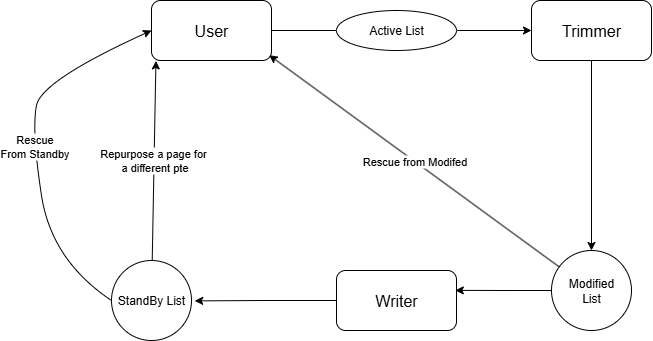
Before: images/figure1.png, a diagram exported from draw.io (npersily3/vm). Source tidied: cells renumbered, new cells last; positions are measured from the earlier drawing's top-left corner, leaving out a move shared by most shapes. The source it was exported from:
```xml
<mxGraphModel>
  <root>
    <mxCell id="0" />
    <mxCell id="1" parent="0" />
    <mxCell id="2" style="edgeStyle=orthogonalEdgeStyle;rounded=0;jettySize=auto;html=1;exitX=1;exitY=0.5;exitDx=0;exitDy=0;entryX=0;entryY=0.5;entryDx=0;entryDy=0;" parent="1" edge="1" source="3" target="5">
      <mxGeometry relative="1" as="geometry" />
    </mxCell>
    <mxCell id="3" value="&lt;font style=&quot;font-size: 16px;&quot;&gt;User&lt;/font&gt;" style="rounded=1;whiteSpace=wrap;html=1;" parent="1" vertex="1">
      <mxGeometry x="120" width="120" height="60" as="geometry" />
    </mxCell>
    <mxCell id="4" style="edgeStyle=orthogonalEdgeStyle;rounded=0;jettySize=auto;html=1;" parent="1" edge="1" source="5" target="8">
      <mxGeometry relative="1" as="geometry" />
    </mxCell>
    <mxCell id="5" value="&lt;font style=&quot;font-size: 16px;&quot;&gt;Trimmer&lt;/font&gt;" style="rounded=1;whiteSpace=wrap;html=1;" parent="1" vertex="1">
      <mxGeometry x="500" width="120" height="60" as="geometry" />
    </mxCell>
    <mxCell id="6" value="&lt;font style=&quot;font-size: 16px;&quot;&gt;Writer&lt;/font&gt;" style="rounded=1;whiteSpace=wrap;html=1;" parent="1" vertex="1">
      <mxGeometry x="305" y="270" width="120" height="60" as="geometry" />
    </mxCell>
    <mxCell id="7" value="Active List" style="ellipse;whiteSpace=wrap;html=1;" parent="1" vertex="1">
      <mxGeometry x="305" y="10" width="120" height="40" as="geometry" />
    </mxCell>
    <mxCell id="8" value="Modified&lt;div&gt;List&lt;/div&gt;" style="ellipse;whiteSpace=wrap;html=1;" parent="1" vertex="1">
      <mxGeometry x="520" y="250" width="80" height="80" as="geometry" />
    </mxCell>
    <mxCell id="9" style="endArrow=classic;html=1;rounded=0;entryX=0.981;entryY=0.911;entryDx=0;entryDy=0;entryPerimeter=0;" parent="1" edge="1" source="8" target="3">
      <mxGeometry relative="1" as="geometry" />
    </mxCell>
    <mxCell id="10" value="Rescue from Modifed" style="edgeLabel;html=1;align=center;verticalAlign=middle;" parent="9" vertex="1">
      <mxGeometry relative="1" as="geometry" />
    </mxCell>
    <mxCell id="11" style="edgeStyle=orthogonalEdgeStyle;rounded=0;jettySize=auto;html=1;exitX=0;exitY=0.5;exitDx=0;exitDy=0;entryX=0.99;entryY=0.331;entryDx=0;entryDy=0;entryPerimeter=0;" parent="1" edge="1" source="8" target="6">
      <mxGeometry relative="1" as="geometry" />
    </mxCell>
    <mxCell id="12" value="StandBy List" style="ellipse;whiteSpace=wrap;html=1;" parent="1" vertex="1">
      <mxGeometry x="80" y="260" width="80" height="80" as="geometry" />
    </mxCell>
    <mxCell id="13" style="edgeStyle=orthogonalEdgeStyle;rounded=0;jettySize=auto;html=1;entryX=1.04;entryY=0.505;entryDx=0;entryDy=0;entryPerimeter=0;" parent="1" edge="1" source="6" target="12">
      <mxGeometry relative="1" as="geometry" />
    </mxCell>
    <mxCell id="14" style="endArrow=classic;html=1;rounded=0;entryX=0.037;entryY=1.007;entryDx=0;entryDy=0;entryPerimeter=0;" parent="1" edge="1" source="12" target="3">
      <mxGeometry relative="1" as="geometry" />
    </mxCell>
    <mxCell id="15" value="Repurpose a page for&amp;nbsp;&lt;div&gt;a different pte&lt;/div&gt;" style="edgeLabel;html=1;align=center;verticalAlign=middle;" parent="14" vertex="1">
      <mxGeometry relative="1" as="geometry" />
    </mxCell>
    <mxCell id="16" style="endArrow=classic;html=1;rounded=0;curved=1;entryX=0;entryY=0.5;entryDx=0;entryDy=0;exitX=0;exitY=0.5;exitDx=0;exitDy=0;" parent="1" edge="1" source="12" target="3">
      <mxGeometry relative="1" as="geometry">
        <Array as="points">
          <mxPoint x="20" y="260" />
          <mxPoint y="130" />
          <mxPoint x="10" y="80" />
        </Array>
      </mxGeometry>
    </mxCell>
    <mxCell id="17" value="Rescue&lt;div&gt;From Standby&lt;/div&gt;" style="edgeLabel;html=1;align=center;verticalAlign=middle;" parent="16" vertex="1">
      <mxGeometry relative="1" as="geometry" />
    </mxCell>
  </root>
</mxGraphModel>
```
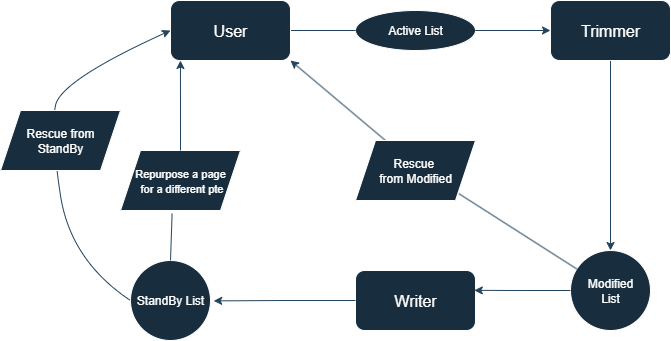
Above is the later version.

Change to the diagram source:
```diff
@@ -2,49 +2,37 @@
   <root>
     <mxCell id="0" />
     <mxCell id="1" parent="0" />
-    <mxCell id="2" style="edgeStyle=orthogonalEdgeStyle;rounded=0;jettySize=auto;html=1;exitX=1;exitY=0.5;exitDx=0;exitDy=0;entryX=0;entryY=0.5;entryDx=0;entryDy=0;" parent="1" edge="1" source="3" target="5">
+    <mxCell id="2" style="edgeStyle=orthogonalEdgeStyle;rounded=0;jettySize=auto;html=1;exitX=1;exitY=0.5;exitDx=0;exitDy=0;entryX=0;entryY=0.5;entryDx=0;entryDy=0;labelBackgroundColor=none;strokeColor=#23445D;fontColor=default;" parent="1" edge="1" source="3" target="5">
       <mxGeometry relative="1" as="geometry" />
     </mxCell>
-    <mxCell id="3" value="&lt;font style=&quot;font-size: 16px;&quot;&gt;User&lt;/font&gt;" style="rounded=1;whiteSpace=wrap;html=1;" parent="1" vertex="1">
+    <mxCell id="3" value="&lt;font style=&quot;font-size: 16px;&quot;&gt;User&lt;/font&gt;" style="rounded=1;whiteSpace=wrap;html=1;labelBackgroundColor=none;fillColor=#182E3E;strokeColor=#FFFFFF;fontColor=#FFFFFF;" parent="1" vertex="1">
       <mxGeometry x="120" width="120" height="60" as="geometry" />
     </mxCell>
-    <mxCell id="4" style="edgeStyle=orthogonalEdgeStyle;rounded=0;jettySize=auto;html=1;" parent="1" edge="1" source="5" target="8">
+    <mxCell id="4" style="edgeStyle=orthogonalEdgeStyle;rounded=0;jettySize=auto;html=1;labelBackgroundColor=none;strokeColor=#23445D;fontColor=default;" parent="1" edge="1" source="5" target="8">
       <mxGeometry relative="1" as="geometry" />
     </mxCell>
-    <mxCell id="5" value="&lt;font style=&quot;font-size: 16px;&quot;&gt;Trimmer&lt;/font&gt;" style="rounded=1;whiteSpace=wrap;html=1;" parent="1" vertex="1">
+    <mxCell id="5" value="&lt;font style=&quot;font-size: 16px;&quot;&gt;Trimmer&lt;/font&gt;" style="rounded=1;whiteSpace=wrap;html=1;labelBackgroundColor=none;fillColor=#182E3E;strokeColor=#FFFFFF;fontColor=#FFFFFF;" parent="1" vertex="1">
       <mxGeometry x="500" width="120" height="60" as="geometry" />
     </mxCell>
-    <mxCell id="6" value="&lt;font style=&quot;font-size: 16px;&quot;&gt;Writer&lt;/font&gt;" style="rounded=1;whiteSpace=wrap;html=1;" parent="1" vertex="1">
+    <mxCell id="6" value="&lt;font style=&quot;font-size: 16px;&quot;&gt;Writer&lt;/font&gt;" style="rounded=1;whiteSpace=wrap;html=1;labelBackgroundColor=none;fillColor=#182E3E;strokeColor=#FFFFFF;fontColor=#FFFFFF;" parent="1" vertex="1">
       <mxGeometry x="305" y="270" width="120" height="60" as="geometry" />
     </mxCell>
-    <mxCell id="7" value="Active List" style="ellipse;whiteSpace=wrap;html=1;" parent="1" vertex="1">
+    <mxCell id="7" value="Active List" style="ellipse;whiteSpace=wrap;html=1;labelBackgroundColor=none;fillColor=#182E3E;strokeColor=#FFFFFF;fontColor=#FFFFFF;" parent="1" vertex="1">
       <mxGeometry x="305" y="10" width="120" height="40" as="geometry" />
     </mxCell>
-    <mxCell id="8" value="Modified&lt;div&gt;List&lt;/div&gt;" style="ellipse;whiteSpace=wrap;html=1;" parent="1" vertex="1">
+    <mxCell id="8" value="Modified&lt;div&gt;List&lt;/div&gt;" style="ellipse;whiteSpace=wrap;html=1;labelBackgroundColor=none;fillColor=#182E3E;strokeColor=#FFFFFF;fontColor=#FFFFFF;" parent="1" vertex="1">
       <mxGeometry x="520" y="250" width="80" height="80" as="geometry" />
     </mxCell>
-    <mxCell id="9" style="endArrow=classic;html=1;rounded=0;entryX=0.981;entryY=0.911;entryDx=0;entryDy=0;entryPerimeter=0;" parent="1" edge="1" source="8" target="3">
-      <mxGeometry relative="1" as="geometry" />
-    </mxCell>
-    <mxCell id="10" value="Rescue from Modifed" style="edgeLabel;html=1;align=center;verticalAlign=middle;" parent="9" vertex="1">
-      <mxGeometry relative="1" as="geometry" />
-    </mxCell>
-    <mxCell id="11" style="edgeStyle=orthogonalEdgeStyle;rounded=0;jettySize=auto;html=1;exitX=0;exitY=0.5;exitDx=0;exitDy=0;entryX=0.99;entryY=0.331;entryDx=0;entryDy=0;entryPerimeter=0;" parent="1" edge="1" source="8" target="6">
+    <mxCell id="11" style="edgeStyle=orthogonalEdgeStyle;rounded=0;jettySize=auto;html=1;exitX=0;exitY=0.5;exitDx=0;exitDy=0;entryX=0.99;entryY=0.331;entryDx=0;entryDy=0;entryPerimeter=0;labelBackgroundColor=none;strokeColor=#23445D;fontColor=default;" parent="1" edge="1" source="8" target="6">
       <mxGeometry relative="1" as="geometry" />
     </mxCell>
-    <mxCell id="12" value="StandBy List" style="ellipse;whiteSpace=wrap;html=1;" parent="1" vertex="1">
+    <mxCell id="12" value="StandBy List" style="ellipse;whiteSpace=wrap;html=1;labelBackgroundColor=none;fillColor=#182E3E;strokeColor=#FFFFFF;fontColor=#FFFFFF;" parent="1" vertex="1">
       <mxGeometry x="80" y="260" width="80" height="80" as="geometry" />
     </mxCell>
-    <mxCell id="13" style="edgeStyle=orthogonalEdgeStyle;rounded=0;jettySize=auto;html=1;entryX=1.04;entryY=0.505;entryDx=0;entryDy=0;entryPerimeter=0;" parent="1" edge="1" source="6" target="12">
+    <mxCell id="13" style="edgeStyle=orthogonalEdgeStyle;rounded=0;jettySize=auto;html=1;entryX=1.04;entryY=0.505;entryDx=0;entryDy=0;entryPerimeter=0;labelBackgroundColor=none;strokeColor=#23445D;fontColor=default;" parent="1" edge="1" source="6" target="12">
       <mxGeometry relative="1" as="geometry" />
     </mxCell>
-    <mxCell id="14" style="endArrow=classic;html=1;rounded=0;entryX=0.037;entryY=1.007;entryDx=0;entryDy=0;entryPerimeter=0;" parent="1" edge="1" source="12" target="3">
-      <mxGeometry relative="1" as="geometry" />
-    </mxCell>
-    <mxCell id="15" value="Repurpose a page for&amp;nbsp;&lt;div&gt;a different pte&lt;/div&gt;" style="edgeLabel;html=1;align=center;verticalAlign=middle;" parent="14" vertex="1">
-      <mxGeometry relative="1" as="geometry" />
-    </mxCell>
-    <mxCell id="16" style="endArrow=classic;html=1;rounded=0;curved=1;entryX=0;entryY=0.5;entryDx=0;entryDy=0;exitX=0;exitY=0.5;exitDx=0;exitDy=0;" parent="1" edge="1" source="12" target="3">
+    <mxCell id="16" style="endArrow=classic;html=1;rounded=0;curved=1;entryX=0;entryY=0.5;entryDx=0;entryDy=0;exitX=0;exitY=0.5;exitDx=0;exitDy=0;labelBackgroundColor=none;strokeColor=#23445D;fontColor=default;" parent="1" edge="1" source="12" target="3">
       <mxGeometry relative="1" as="geometry">
         <Array as="points">
           <mxPoint x="20" y="260" />
@@ -53,8 +41,32 @@
         </Array>
       </mxGeometry>
     </mxCell>
-    <mxCell id="17" value="Rescue&lt;div&gt;From Standby&lt;/div&gt;" style="edgeLabel;html=1;align=center;verticalAlign=middle;" parent="16" vertex="1">
+    <mxCell id="17" value="Rescue&lt;div&gt;From Standby&lt;/div&gt;" style="edgeLabel;html=1;align=center;verticalAlign=middle;labelBackgroundColor=none;fontColor=#FFFFFF;" parent="16" vertex="1">
       <mxGeometry relative="1" as="geometry" />
     </mxCell>
+    <mxCell id="18" style="rounded=0;jettySize=auto;html=1;exitX=0.25;exitY=0;exitDx=0;exitDy=0;entryX=1;entryY=1;entryDx=0;entryDy=0;strokeColor=#23445D;" parent="1" edge="1" source="19" target="3">
+      <mxGeometry relative="1" as="geometry" />
+    </mxCell>
+    <mxCell id="19" value="Rescue&amp;nbsp;&lt;div&gt;from Modified&lt;/div&gt;" style="shape=parallelogram;perimeter=parallelogramPerimeter;whiteSpace=wrap;html=1;fixedSize=1;strokeColor=#FFFFFF;fontColor=#FFFFFF;fillColor=#182E3E;" parent="1" vertex="1">
+      <mxGeometry x="305" y="140" width="120" height="60" as="geometry" />
+    </mxCell>
+    <mxCell id="20" style="endArrow=none;html=1;rounded=0;strokeColor=#23445D;exitX=0.863;exitY=0.888;exitDx=0;exitDy=0;exitPerimeter=0;" parent="1" edge="1" source="19" target="8">
+      <mxGeometry relative="1" as="geometry" />
+    </mxCell>
+    <mxCell id="21" style="rounded=0;jettySize=auto;html=1;exitX=0;exitY=0;exitDx=0;exitDy=0;entryX=0.931;entryY=0.583;entryDx=0;entryDy=0;entryPerimeter=0;strokeColor=none;" parent="1" edge="1" source="8" target="19">
+      <mxGeometry relative="1" as="geometry" />
+    </mxCell>
+    <mxCell id="15" value="&lt;span style=&quot;font-size: 11px; text-wrap-mode: nowrap;&quot;&gt;&lt;font&gt;Repurpose a page&lt;/font&gt;&lt;/span&gt;&lt;div&gt;&lt;font&gt;&lt;span style=&quot;font-size: 11px; text-wrap-mode: nowrap; background-color: transparent;&quot;&gt;&amp;nbsp;for&amp;nbsp;&lt;/span&gt;&lt;span style=&quot;font-size: 11px; text-wrap-mode: nowrap; background-color: transparent;&quot;&gt;a different pte&lt;/span&gt;&lt;/font&gt;&lt;/div&gt;" style="shape=parallelogram;perimeter=parallelogramPerimeter;whiteSpace=wrap;html=1;fixedSize=1;strokeColor=#FFFFFF;fontColor=#FFFFFF;fillColor=#182E3E;" parent="1" vertex="1">
+      <mxGeometry x="70" y="150" width="120" height="60" as="geometry" />
+    </mxCell>
+    <mxCell id="22" style="endArrow=none;html=1;rounded=0;strokeColor=#23445D;entryX=0.5;entryY=0;entryDx=0;entryDy=0;exitX=0.43;exitY=1.053;exitDx=0;exitDy=0;exitPerimeter=0;" parent="1" edge="1" source="15" target="12">
+      <mxGeometry relative="1" as="geometry" />
+    </mxCell>
+    <mxCell id="23" style="edgeStyle=orthogonalEdgeStyle;rounded=0;jettySize=auto;html=1;exitX=0.5;exitY=0;exitDx=0;exitDy=0;entryX=0.083;entryY=1;entryDx=0;entryDy=0;entryPerimeter=0;strokeColor=#23445D;" parent="1" edge="1" source="15" target="3">
+      <mxGeometry relative="1" as="geometry" />
+    </mxCell>
+    <mxCell id="24" value="Rescue from&lt;div&gt;StandBy&lt;/div&gt;" style="shape=parallelogram;perimeter=parallelogramPerimeter;whiteSpace=wrap;html=1;fixedSize=1;strokeColor=#FFFFFF;fontColor=#FFFFFF;fillColor=#182E3E;" parent="1" vertex="1">
+      <mxGeometry x="-50" y="110" width="120" height="60" as="geometry" />
+    </mxCell>
   </root>
 </mxGraphModel>
```
